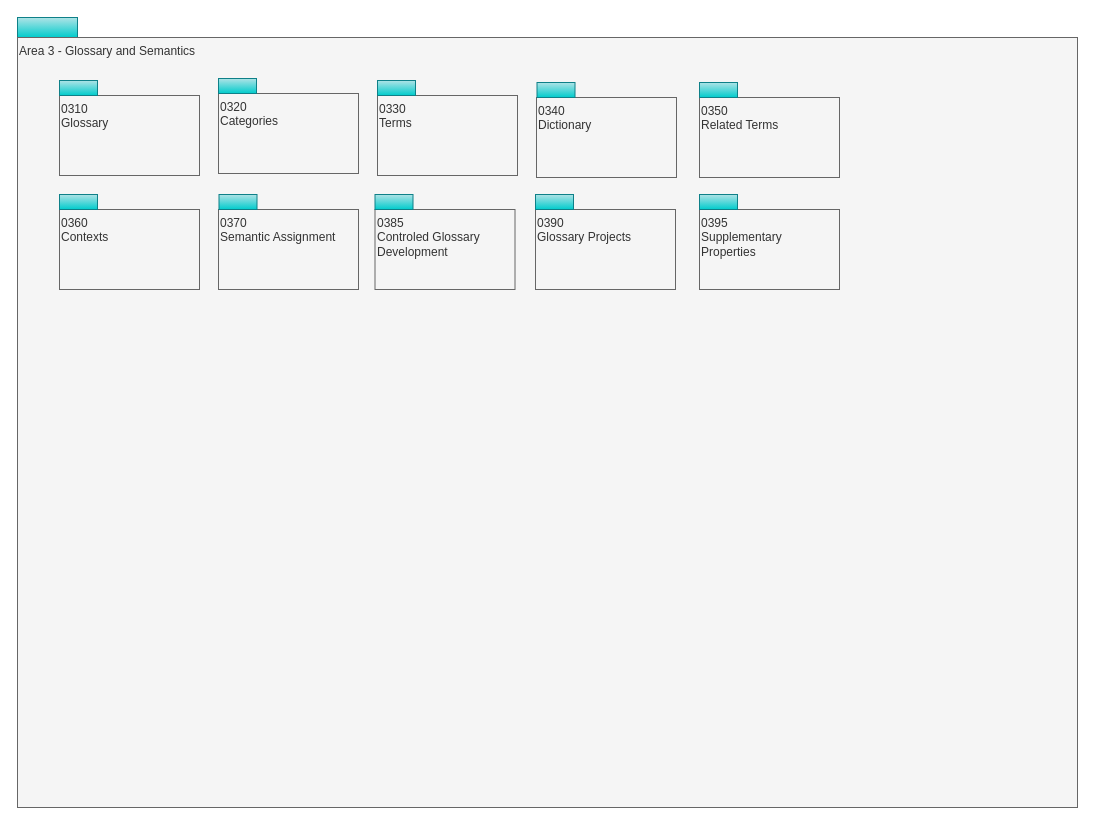
The draw.io diagram page "overview" (1 of 12) of site/docs/types/3/area-3-glossary.drawio in odpi/egeria-docs, before the edit. Source tidied: cells renumbered, new cells numbered last; positions are measured from the earlier drawing's top-left corner, leaving out a move shared by most shapes. Both pictures are drawn from the tidied source at 100%, with x=0, y=0 at pixel (17, 17).
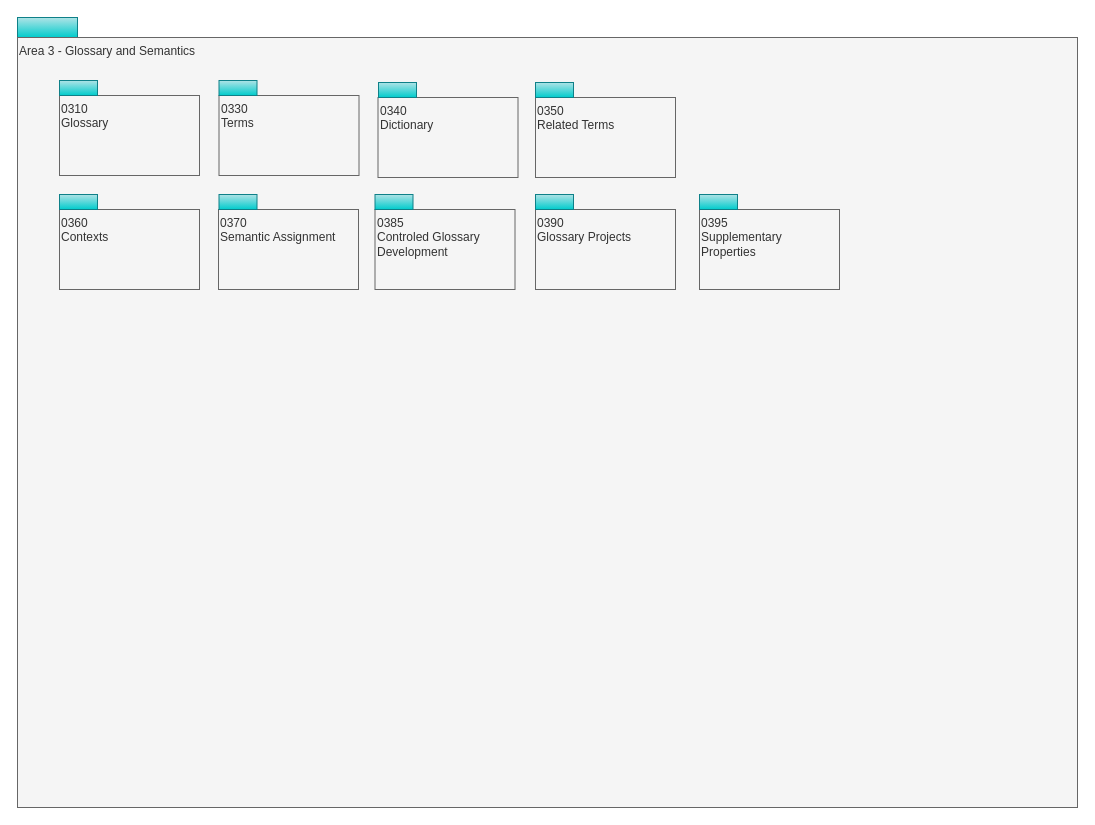
The same diagram, later.

Diff of the diagram source:
```diff
@@
     <mxCell id="5" value="0330&lt;br&gt;Terms" style="rounded=0;whiteSpace=wrap;html=1;align=left;verticalAlign=top;fillColor=#f5f5f5;fontColor=#333333;strokeColor=#666666;" parent="1" vertex="1">
-      <mxGeometry x="360" y="78" width="140" height="80" as="geometry" />
+      <mxGeometry x="201.5" y="78" width="140" height="80" as="geometry" />
     </mxCell>
@@
     <mxCell id="9" value="0340&lt;br&gt;Dictionary" style="rounded=0;whiteSpace=wrap;html=1;align=left;verticalAlign=top;fillColor=#f5f5f5;fontColor=#333333;strokeColor=#666666;" parent="1" vertex="1">
-      <mxGeometry x="519" y="80" width="140" height="80" as="geometry" />
+      <mxGeometry x="360.5" y="80" width="140" height="80" as="geometry" />
     </mxCell>
     <mxCell id="10" value="0350&lt;br&gt;Related Terms" style="rounded=0;whiteSpace=wrap;html=1;align=left;verticalAlign=top;fillColor=#f5f5f5;fontColor=#333333;strokeColor=#666666;" parent="1" vertex="1">
-      <mxGeometry x="682" y="80" width="140" height="80" as="geometry" />
+      <mxGeometry x="518" y="80" width="140" height="80" as="geometry" />
     </mxCell>
@@
     <mxCell id="13" style="rounded=0;whiteSpace=wrap;html=1;align=left;fillColor=#b0e3e6;strokeColor=#0e8088;gradientColor=#00CCCC;" parent="1" vertex="1">
-      <mxGeometry x="519.5" y="65" width="38" height="15" as="geometry" />
+      <mxGeometry x="361" y="65" width="38" height="15" as="geometry" />
     </mxCell>
@@
     <mxCell id="15" style="rounded=0;whiteSpace=wrap;html=1;align=left;fillColor=#b0e3e6;strokeColor=#0e8088;gradientColor=#00CCCC;" parent="1" vertex="1">
-      <mxGeometry x="360" y="63" width="38" height="15" as="geometry" />
+      <mxGeometry x="201.5" y="63" width="38" height="15" as="geometry" />
     </mxCell>
@@
     <mxCell id="17" style="rounded=0;whiteSpace=wrap;html=1;align=left;fillColor=#b0e3e6;strokeColor=#0e8088;gradientColor=#00CCCC;" parent="1" vertex="1">
-      <mxGeometry x="682" y="65" width="38" height="15" as="geometry" />
+      <mxGeometry x="518" y="65" width="38" height="15" as="geometry" />
     </mxCell>
@@
-    <mxCell id="22" value="0320&lt;br&gt;Categories" style="rounded=0;whiteSpace=wrap;html=1;align=left;verticalAlign=top;fillColor=#f5f5f5;fontColor=#333333;strokeColor=#666666;" parent="1" vertex="1">
-      <mxGeometry x="201" y="76" width="140" height="80" as="geometry" />
-    </mxCell>
-    <mxCell id="23" style="rounded=0;whiteSpace=wrap;html=1;align=left;fillColor=#b0e3e6;strokeColor=#0e8088;gradientColor=#00CCCC;" parent="1" vertex="1">
-      <mxGeometry x="201" y="61" width="38" height="15" as="geometry" />
-    </mxCell>
```
